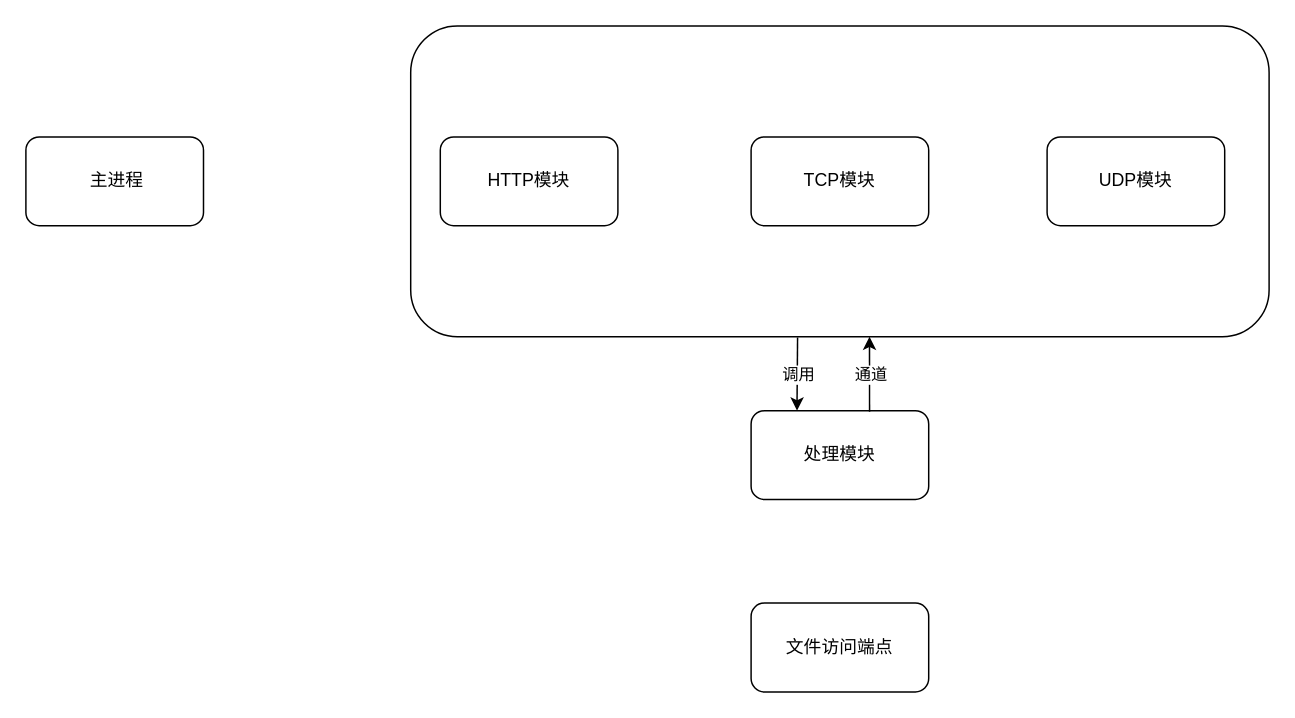
CycleZero/mini-CentralNetwork keeps this draw.io diagram as SystemGraph.drawio. Above is the earlier version. Source tidied: cells renumbered, new cells numbered last; positions are measured from the earlier drawing's top-left corner, leaving out a move shared by most shapes. Both pictures are drawn from the tidied source at 148%, with x=0, y=0 at pixel (25, 25).
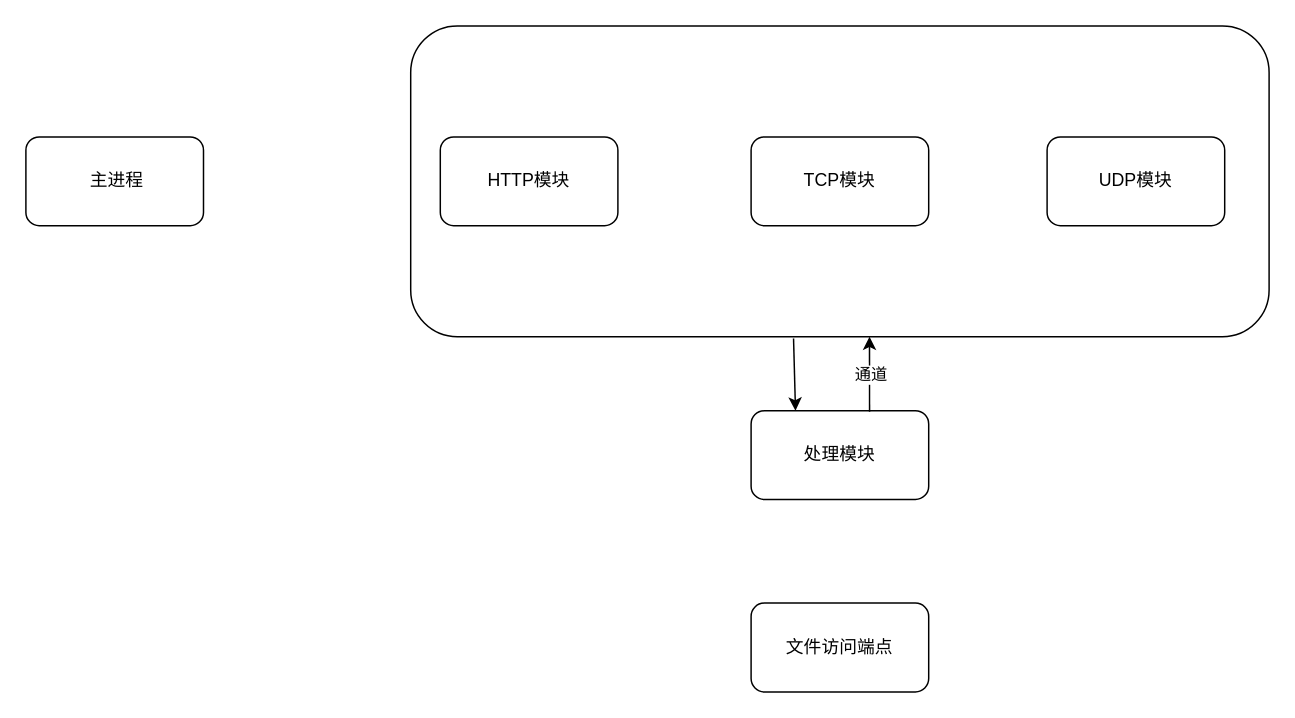
After the change.

Diff of the diagram source:
```diff
@@
 <mxGraphModel>
   <root>
     <mxCell id="0" />
     <mxCell id="1" parent="0" />
+    <mxCell id="13" style="edgeStyle=none;html=1;exitX=0.446;exitY=1.006;exitDx=0;exitDy=0;entryX=0.25;entryY=0;entryDx=0;entryDy=0;exitPerimeter=0;" parent="1" edge="1" source="2" target="7">
+      <mxGeometry relative="1" as="geometry" />
+    </mxCell>
     <mxCell id="2" style="rounded=1;whiteSpace=wrap;html=1;" parent="1" vertex="1">
       <mxGeometry x="260" width="580" height="210" as="geometry" />
     </mxCell>
     <mxCell id="3" value="&amp;nbsp;主进程" style="rounded=1;whiteSpace=wrap;html=1;" parent="1" vertex="1">
       <mxGeometry y="75" width="120" height="60" as="geometry" />
     </mxCell>
     <mxCell id="4" value="HTTP模块" style="rounded=1;whiteSpace=wrap;html=1;" parent="1" vertex="1">
       <mxGeometry x="280" y="75" width="120" height="60" as="geometry" />
     </mxCell>
     <mxCell id="5" value="TCP模块" style="rounded=1;whiteSpace=wrap;html=1;" parent="1" vertex="1">
       <mxGeometry x="490" y="75" width="120" height="60" as="geometry" />
     </mxCell>
     <mxCell id="6" value="UDP模块" style="rounded=1;whiteSpace=wrap;html=1;" parent="1" vertex="1">
       <mxGeometry x="690" y="75" width="120" height="60" as="geometry" />
     </mxCell>
     <mxCell id="7" value="处理模块" style="rounded=1;whiteSpace=wrap;html=1;" parent="1" vertex="1">
       <mxGeometry x="490" y="260" width="120" height="60" as="geometry" />
     </mxCell>
     <mxCell id="8" value="文件访问端点" style="rounded=1;whiteSpace=wrap;html=1;" parent="1" vertex="1">
       <mxGeometry x="490" y="390" width="120" height="60" as="geometry" />
     </mxCell>
     <mxCell id="9" style="endArrow=classic;html=1;exitX=0.667;exitY=0.011;exitDx=0;exitDy=0;exitPerimeter=0;" parent="1" edge="1" source="7">
       <mxGeometry relative="1" as="geometry">
         <mxPoint x="570" y="210" as="targetPoint" />
       </mxGeometry>
     </mxCell>
     <mxCell id="10" value="通道" style="edgeLabel;html=1;align=center;verticalAlign=middle;" parent="9" vertex="1">
       <mxGeometry relative="1" as="geometry" />
     </mxCell>
-    <mxCell id="11" style="endArrow=classic;html=1;entryX=0.25;entryY=0;entryDx=0;entryDy=0;exitX=0.449;exitY=1.003;exitDx=0;exitDy=0;exitPerimeter=0;" parent="1" edge="1">
-      <mxGeometry relative="1" as="geometry">
-        <mxPoint x="521.4" y="210.6" as="sourcePoint" />
-        <mxPoint x="521" y="260" as="targetPoint" />
-      </mxGeometry>
-    </mxCell>
-    <mxCell id="12" value="调用" style="edgeLabel;html=1;align=center;verticalAlign=middle;" parent="11" vertex="1">
-      <mxGeometry relative="1" as="geometry" />
-    </mxCell>
   </root>
 </mxGraphModel>
```
